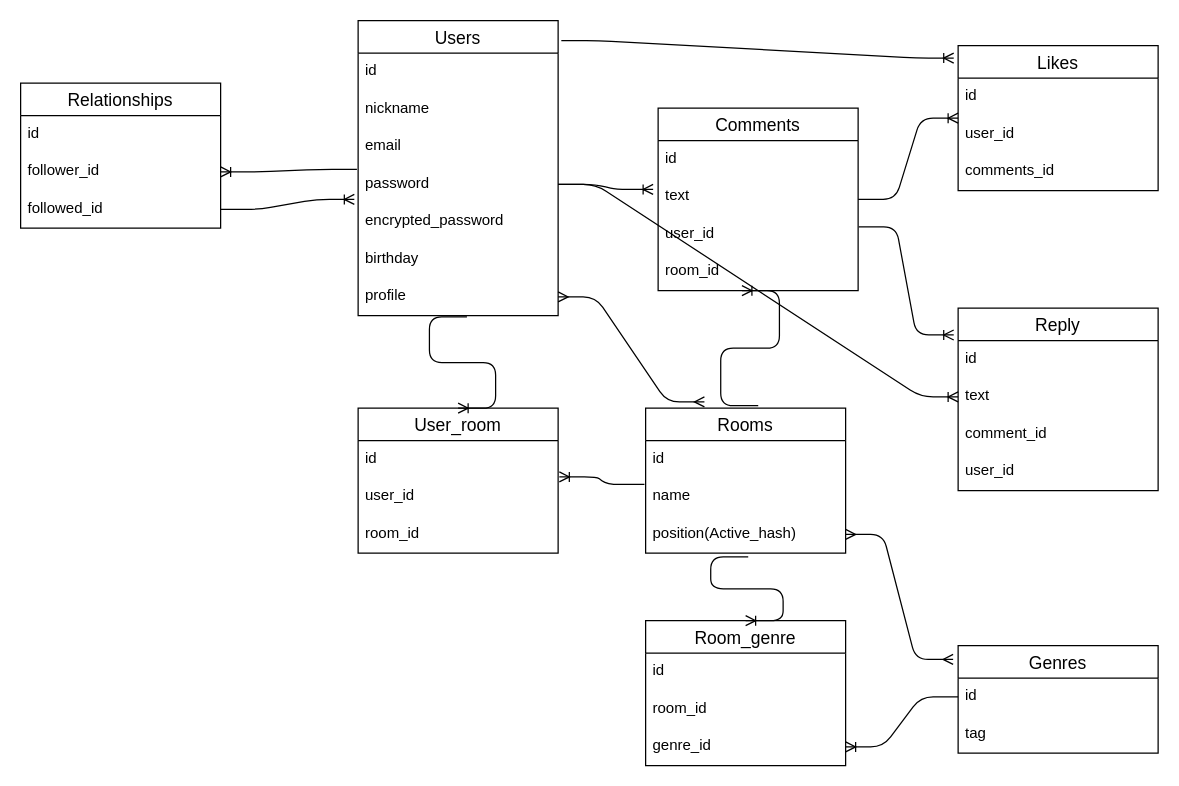
Above: ER図.dio in harukicode0/discussion_app_2022 (draw.io), before the change. Source tidied: cells renumbered, new cells numbered last; positions are measured from the earlier drawing's top-left corner, leaving out a move shared by most shapes. Both pictures are drawn from the tidied source at 125%, with x=0, y=0 at pixel (20, 20).
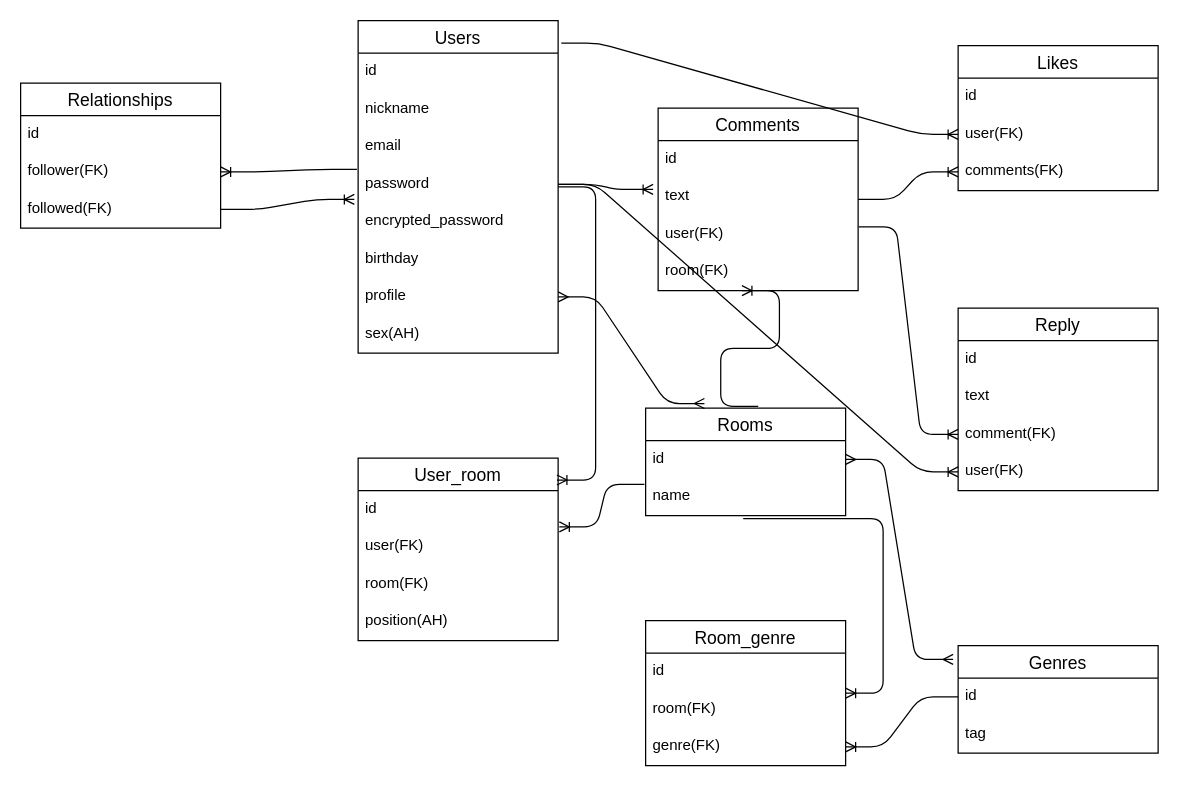
After the change.

Commit message (it also covers changes not shown here):
DB設計、ER図完成、README完成

コメントのリプライ機能については今後今後一考の余地あり

Unchanged cells that the change refers to:
```xml
<mxCell id="6" value="password" style="text;strokeColor=none;fillColor=none;spacingLeft=4;spacingRight=4;overflow=hidden;points=[[0,0.5],[1,0.5]];portConstraint=eastwest;fontSize=12;" parent="2" vertex="1">
  <mxGeometry y="116" width="160" height="30" as="geometry" />
</mxCell>
<mxCell id="9" value="profile" style="text;strokeColor=none;fillColor=none;spacingLeft=4;spacingRight=4;overflow=hidden;points=[[0,0.5],[1,0.5]];portConstraint=eastwest;fontSize=12;" parent="2" vertex="1">
  <mxGeometry y="206" width="160" height="30" as="geometry" />
</mxCell>
<mxCell id="11" value="id" style="text;strokeColor=none;fillColor=none;spacingLeft=4;spacingRight=4;overflow=hidden;points=[[0,0.5],[1,0.5]];portConstraint=eastwest;fontSize=12;" parent="10" vertex="1">
  <mxGeometry y="26" width="160" height="30" as="geometry" />
</mxCell>
<mxCell id="12" value="name" style="text;strokeColor=none;fillColor=none;spacingLeft=4;spacingRight=4;overflow=hidden;points=[[0,0.5],[1,0.5]];portConstraint=eastwest;fontSize=12;" parent="10" vertex="1">
  <mxGeometry y="56" width="160" height="30" as="geometry" />
</mxCell>
<mxCell id="15" value="Relationships" style="swimlane;fontStyle=0;horizontal=1;startSize=26;align=center;fontSize=14;" parent="1" vertex="1">
  <mxGeometry y="50" width="160" height="116" as="geometry" />
</mxCell>
<mxCell id="27" value="Genres" style="swimlane;fontStyle=0;horizontal=1;startSize=26;align=center;fontSize=14;" parent="1" vertex="1">
  <mxGeometry x="750" y="500" width="160" height="86" as="geometry" />
</mxCell>
<mxCell id="30" value="Room_genre" style="swimlane;fontStyle=0;horizontal=1;startSize=26;align=center;fontSize=14;" parent="1" vertex="1">
  <mxGeometry x="500" y="480" width="160" height="116" as="geometry" />
</mxCell>
<mxCell id="37" value="Comments" style="swimlane;fontStyle=0;horizontal=1;startSize=26;align=center;fontSize=14;" parent="1" vertex="1">
  <mxGeometry x="510" y="70" width="160" height="146" as="geometry" />
</mxCell>
<mxCell id="44" value="Likes" style="swimlane;fontStyle=0;horizontal=1;startSize=26;align=center;fontSize=14;" parent="1" vertex="1">
  <mxGeometry x="750" y="20" width="160" height="116" as="geometry" />
</mxCell>
<mxCell id="50" value="Reply" style="swimlane;fontStyle=0;horizontal=1;startSize=26;align=center;fontSize=14;" parent="1" vertex="1">
  <mxGeometry x="750" y="230" width="160" height="146" as="geometry" />
</mxCell>
<mxCell id="52" value="text" style="text;strokeColor=none;fillColor=none;spacingLeft=4;spacingRight=4;overflow=hidden;points=[[0,0.5],[1,0.5]];portConstraint=eastwest;fontSize=12;" parent="50" vertex="1">
  <mxGeometry y="56" width="160" height="30" as="geometry" />
</mxCell>
```

Change to the diagram source:
```diff
@@
     <mxCell id="2" value="Users" style="swimlane;fontStyle=0;horizontal=1;startSize=26;align=center;fontSize=14;" parent="1" vertex="1">
-      <mxGeometry x="270" width="160" height="236" as="geometry" />
+      <mxGeometry x="270" width="160" height="266" as="geometry" />
     </mxCell>
@@
+    <mxCell id="57" value="sex(AH)" style="text;strokeColor=none;fillColor=none;spacingLeft=4;spacingRight=4;overflow=hidden;fontSize=12;" parent="2" vertex="1">
+      <mxGeometry y="236" width="160" height="30" as="geometry" />
+    </mxCell>
     <mxCell id="10" value="Rooms" style="swimlane;fontStyle=0;horizontal=1;startSize=26;align=center;fontSize=14;" parent="1" vertex="1">
-      <mxGeometry x="500" y="310" width="160" height="116" as="geometry" />
+      <mxGeometry x="500" y="310" width="160" height="86" as="geometry" />
     </mxCell>
@@
-    <mxCell id="13" value="position(Active_hash)" style="text;strokeColor=none;fillColor=none;spacingLeft=4;spacingRight=4;overflow=hidden;points=[[0,0.5],[1,0.5]];portConstraint=eastwest;fontSize=12;" parent="10" vertex="1">
-      <mxGeometry y="86" width="160" height="30" as="geometry" />
-    </mxCell>
@@
-    <mxCell id="17" value="follower_id" style="text;strokeColor=none;fillColor=none;spacingLeft=4;spacingRight=4;overflow=hidden;points=[[0,0.5],[1,0.5]];portConstraint=eastwest;fontSize=12;" parent="15" vertex="1">
+    <mxCell id="17" value="follower(FK)" style="text;strokeColor=none;fillColor=none;spacingLeft=4;spacingRight=4;overflow=hidden;points=[[0,0.5],[1,0.5]];portConstraint=eastwest;fontSize=12;" parent="15" vertex="1">
       <mxGeometry y="56" width="160" height="30" as="geometry" />
     </mxCell>
-    <mxCell id="18" value="followed_id" style="text;strokeColor=none;fillColor=none;spacingLeft=4;spacingRight=4;overflow=hidden;points=[[0,0.5],[1,0.5]];portConstraint=eastwest;fontSize=12;" parent="15" vertex="1">
+    <mxCell id="18" value="followed(FK)" style="text;strokeColor=none;fillColor=none;spacingLeft=4;spacingRight=4;overflow=hidden;points=[[0,0.5],[1,0.5]];portConstraint=eastwest;fontSize=12;" parent="15" vertex="1">
       <mxGeometry y="86" width="160" height="30" as="geometry" />
     </mxCell>
     <mxCell id="19" value="User_room" style="swimlane;fontStyle=0;horizontal=1;startSize=26;align=center;fontSize=14;" parent="1" vertex="1">
-      <mxGeometry x="270" y="310" width="160" height="116" as="geometry" />
+      <mxGeometry x="270" y="350" width="160" height="146" as="geometry" />
     </mxCell>
@@
-    <mxCell id="21" value="user_id" style="text;strokeColor=none;fillColor=none;spacingLeft=4;spacingRight=4;overflow=hidden;points=[[0,0.5],[1,0.5]];portConstraint=eastwest;fontSize=12;" parent="19" vertex="1">
+    <mxCell id="21" value="user(FK)" style="text;strokeColor=none;fillColor=none;spacingLeft=4;spacingRight=4;overflow=hidden;points=[[0,0.5],[1,0.5]];portConstraint=eastwest;fontSize=12;" parent="19" vertex="1">
       <mxGeometry y="56" width="160" height="30" as="geometry" />
     </mxCell>
-    <mxCell id="22" value="room_id" style="text;strokeColor=none;fillColor=none;spacingLeft=4;spacingRight=4;overflow=hidden;fontSize=12;" parent="19" vertex="1">
+    <mxCell id="22" value="room(FK)" style="text;strokeColor=none;fillColor=none;spacingLeft=4;spacingRight=4;overflow=hidden;fontSize=12;" parent="19" vertex="1">
       <mxGeometry y="86" width="160" height="30" as="geometry" />
     </mxCell>
+    <mxCell id="58" value="position(AH)" style="text;strokeColor=none;fillColor=none;spacingLeft=4;spacingRight=4;overflow=hidden;fontSize=12;" parent="19" vertex="1">
+      <mxGeometry y="116" width="160" height="30" as="geometry" />
+    </mxCell>
@@
-    <mxCell id="24" style="edgeStyle=entityRelationEdgeStyle;fontSize=12;html=1;endArrow=ERoneToMany;entryX=0.5;entryY=0;entryDx=0;entryDy=0;exitX=0.544;exitY=1.033;exitDx=0;exitDy=0;exitPerimeter=0;" parent="1" edge="1" source="9" target="19">
+    <mxCell id="24" style="edgeStyle=entityRelationEdgeStyle;fontSize=12;html=1;endArrow=ERoneToMany;entryX=0.994;entryY=0.12;entryDx=0;entryDy=0;entryPerimeter=0;" parent="1" edge="1" source="2" target="19">
       <mxGeometry relative="1" as="geometry" />
     </mxCell>
@@
-    <mxCell id="32" value="room_id" style="text;strokeColor=none;fillColor=none;spacingLeft=4;spacingRight=4;overflow=hidden;fontSize=12;" parent="30" vertex="1">
+    <mxCell id="32" value="room(FK)" style="text;strokeColor=none;fillColor=none;spacingLeft=4;spacingRight=4;overflow=hidden;fontSize=12;" parent="30" vertex="1">
       <mxGeometry y="56" width="160" height="30" as="geometry" />
     </mxCell>
-    <mxCell id="33" value="genre_id" style="text;strokeColor=none;fillColor=none;spacingLeft=4;spacingRight=4;overflow=hidden;points=[[0,0.5],[1,0.5]];portConstraint=eastwest;fontSize=12;" parent="30" vertex="1">
+    <mxCell id="33" value="genre(FK)" style="text;strokeColor=none;fillColor=none;spacingLeft=4;spacingRight=4;overflow=hidden;points=[[0,0.5],[1,0.5]];portConstraint=eastwest;fontSize=12;" parent="30" vertex="1">
       <mxGeometry y="86" width="160" height="30" as="geometry" />
     </mxCell>
-    <mxCell id="34" style="edgeStyle=entityRelationEdgeStyle;fontSize=12;html=1;endArrow=ERoneToMany;exitX=0.513;exitY=1.1;exitDx=0;exitDy=0;exitPerimeter=0;entryX=0.5;entryY=0;entryDx=0;entryDy=0;" parent="1" edge="1" source="13" target="30">
+    <mxCell id="34" style="edgeStyle=entityRelationEdgeStyle;fontSize=12;html=1;endArrow=ERoneToMany;exitX=0.488;exitY=1.083;exitDx=0;exitDy=0;exitPerimeter=0;" parent="1" edge="1" source="12" target="30">
       <mxGeometry relative="1" as="geometry" />
     </mxCell>
@@
-    <mxCell id="36" style="edgeStyle=entityRelationEdgeStyle;fontSize=12;html=1;endArrow=ERmany;startArrow=ERmany;entryX=-0.025;entryY=0.128;entryDx=0;entryDy=0;entryPerimeter=0;exitX=1;exitY=0.5;exitDx=0;exitDy=0;" parent="1" edge="1" source="13" target="27">
+    <mxCell id="36" style="edgeStyle=entityRelationEdgeStyle;fontSize=12;html=1;endArrow=ERmany;startArrow=ERmany;entryX=-0.025;entryY=0.128;entryDx=0;entryDy=0;entryPerimeter=0;exitX=1;exitY=0.5;exitDx=0;exitDy=0;" parent="1" edge="1" source="11" target="27">
       <mxGeometry relative="1" as="geometry" />
     </mxCell>
@@
-    <mxCell id="40" value="user_id" style="text;strokeColor=none;fillColor=none;spacingLeft=4;spacingRight=4;overflow=hidden;points=[[0,0.5],[1,0.5]];portConstraint=eastwest;fontSize=12;" parent="37" vertex="1">
+    <mxCell id="40" value="user(FK)" style="text;strokeColor=none;fillColor=none;spacingLeft=4;spacingRight=4;overflow=hidden;points=[[0,0.5],[1,0.5]];portConstraint=eastwest;fontSize=12;" parent="37" vertex="1">
       <mxGeometry y="86" width="160" height="30" as="geometry" />
     </mxCell>
-    <mxCell id="41" value="room_id" style="text;strokeColor=none;fillColor=none;spacingLeft=4;spacingRight=4;overflow=hidden;points=[[0,0.5],[1,0.5]];portConstraint=eastwest;fontSize=12;" parent="37" vertex="1">
+    <mxCell id="41" value="room(FK)" style="text;strokeColor=none;fillColor=none;spacingLeft=4;spacingRight=4;overflow=hidden;points=[[0,0.5],[1,0.5]];portConstraint=eastwest;fontSize=12;" parent="37" vertex="1">
       <mxGeometry y="116" width="160" height="30" as="geometry" />
     </mxCell>
@@
-    <mxCell id="46" value="user_id" style="text;strokeColor=none;fillColor=none;spacingLeft=4;spacingRight=4;overflow=hidden;points=[[0,0.5],[1,0.5]];portConstraint=eastwest;fontSize=12;" parent="44" vertex="1">
+    <mxCell id="46" value="user(FK)" style="text;strokeColor=none;fillColor=none;spacingLeft=4;spacingRight=4;overflow=hidden;points=[[0,0.5],[1,0.5]];portConstraint=eastwest;fontSize=12;" parent="44" vertex="1">
       <mxGeometry y="56" width="160" height="30" as="geometry" />
     </mxCell>
-    <mxCell id="47" value="comments_id" style="text;strokeColor=none;fillColor=none;spacingLeft=4;spacingRight=4;overflow=hidden;points=[[0,0.5],[1,0.5]];portConstraint=eastwest;fontSize=12;" parent="44" vertex="1">
+    <mxCell id="47" value="comments(FK)" style="text;strokeColor=none;fillColor=none;spacingLeft=4;spacingRight=4;overflow=hidden;points=[[0,0.5],[1,0.5]];portConstraint=eastwest;fontSize=12;" parent="44" vertex="1">
       <mxGeometry y="86" width="160" height="30" as="geometry" />
     </mxCell>
-    <mxCell id="48" style="edgeStyle=entityRelationEdgeStyle;fontSize=12;html=1;endArrow=ERoneToMany;exitX=1.016;exitY=0.068;exitDx=0;exitDy=0;entryX=-0.022;entryY=0.086;entryDx=0;entryDy=0;entryPerimeter=0;exitPerimeter=0;" parent="1" edge="1" source="2" target="44">
+    <mxCell id="48" style="edgeStyle=entityRelationEdgeStyle;fontSize=12;html=1;endArrow=ERoneToMany;exitX=1.016;exitY=0.068;exitDx=0;exitDy=0;entryX=0;entryY=0.5;entryDx=0;entryDy=0;exitPerimeter=0;" parent="1" edge="1" source="2" target="46">
       <mxGeometry relative="1" as="geometry" />
     </mxCell>
-    <mxCell id="49" style="edgeStyle=entityRelationEdgeStyle;fontSize=12;html=1;endArrow=ERoneToMany;" parent="1" edge="1" source="37" target="44">
+    <mxCell id="49" style="edgeStyle=entityRelationEdgeStyle;fontSize=12;html=1;endArrow=ERoneToMany;entryX=0;entryY=0.5;entryDx=0;entryDy=0;" parent="1" edge="1" source="37" target="47">
       <mxGeometry relative="1" as="geometry" />
     </mxCell>
@@
-    <mxCell id="53" value="comment_id" style="text;strokeColor=none;fillColor=none;spacingLeft=4;spacingRight=4;overflow=hidden;points=[[0,0.5],[1,0.5]];portConstraint=eastwest;fontSize=12;" parent="50" vertex="1">
+    <mxCell id="53" value="comment(FK)" style="text;strokeColor=none;fillColor=none;spacingLeft=4;spacingRight=4;overflow=hidden;points=[[0,0.5],[1,0.5]];portConstraint=eastwest;fontSize=12;" parent="50" vertex="1">
       <mxGeometry y="86" width="160" height="30" as="geometry" />
     </mxCell>
-    <mxCell id="54" value="user_id" style="text;strokeColor=none;fillColor=none;spacingLeft=4;spacingRight=4;overflow=hidden;points=[[0,0.5],[1,0.5]];portConstraint=eastwest;fontSize=12;" parent="50" vertex="1">
+    <mxCell id="54" value="user(FK)" style="text;strokeColor=none;fillColor=none;spacingLeft=4;spacingRight=4;overflow=hidden;points=[[0,0.5],[1,0.5]];portConstraint=eastwest;fontSize=12;" parent="50" vertex="1">
       <mxGeometry y="116" width="160" height="30" as="geometry" />
     </mxCell>
-    <mxCell id="55" style="edgeStyle=entityRelationEdgeStyle;fontSize=12;html=1;endArrow=ERoneToMany;exitX=1.003;exitY=0.3;exitDx=0;exitDy=0;exitPerimeter=0;entryX=-0.022;entryY=0.147;entryDx=0;entryDy=0;entryPerimeter=0;" parent="1" edge="1" source="40" target="50">
+    <mxCell id="55" style="edgeStyle=entityRelationEdgeStyle;fontSize=12;html=1;endArrow=ERoneToMany;exitX=1.003;exitY=0.3;exitDx=0;exitDy=0;exitPerimeter=0;entryX=0;entryY=0.5;entryDx=0;entryDy=0;" parent="1" edge="1" source="40" target="53">
       <mxGeometry relative="1" as="geometry" />
     </mxCell>
-    <mxCell id="56" style="edgeStyle=entityRelationEdgeStyle;fontSize=12;html=1;endArrow=ERoneToMany;entryX=0;entryY=0.5;entryDx=0;entryDy=0;exitX=1;exitY=0.5;exitDx=0;exitDy=0;jumpStyle=none;" parent="1" edge="1" source="6" target="52">
+    <mxCell id="56" style="edgeStyle=entityRelationEdgeStyle;fontSize=12;html=1;endArrow=ERoneToMany;entryX=0;entryY=0.5;entryDx=0;entryDy=0;exitX=1;exitY=0.5;exitDx=0;exitDy=0;jumpStyle=none;" parent="1" edge="1" source="6" target="54">
       <mxGeometry relative="1" as="geometry" />
     </mxCell>
```
